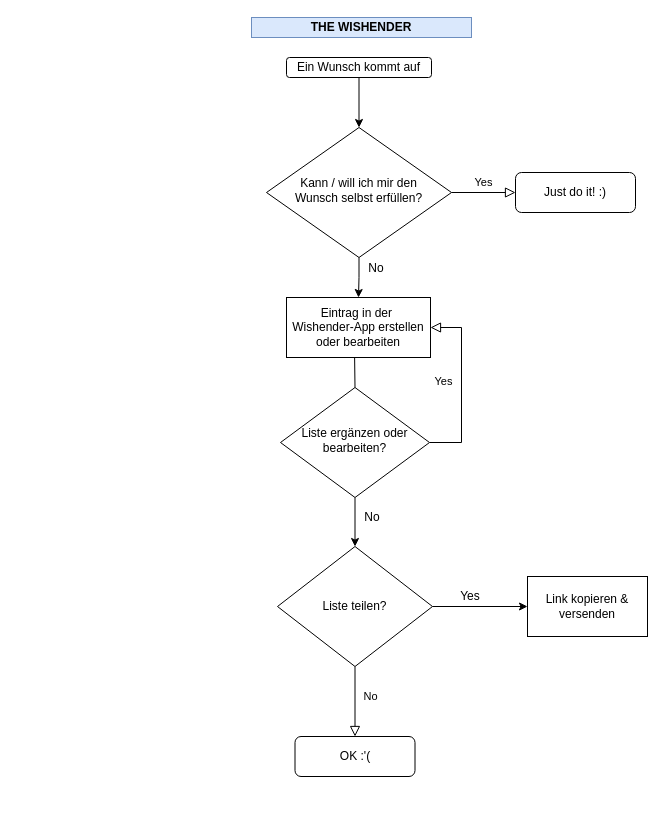
braale96/hs21_prog2 keeps this draw.io diagram as wishender.drawio. Above is the earlier version. Source tidied: cells renumbered, new cells numbered last; positions are measured from the earlier drawing's top-left corner, leaving out a move shared by most shapes. Both pictures are drawn from the tidied source at 100%, with x=0, y=0 at pixel (251, 17).
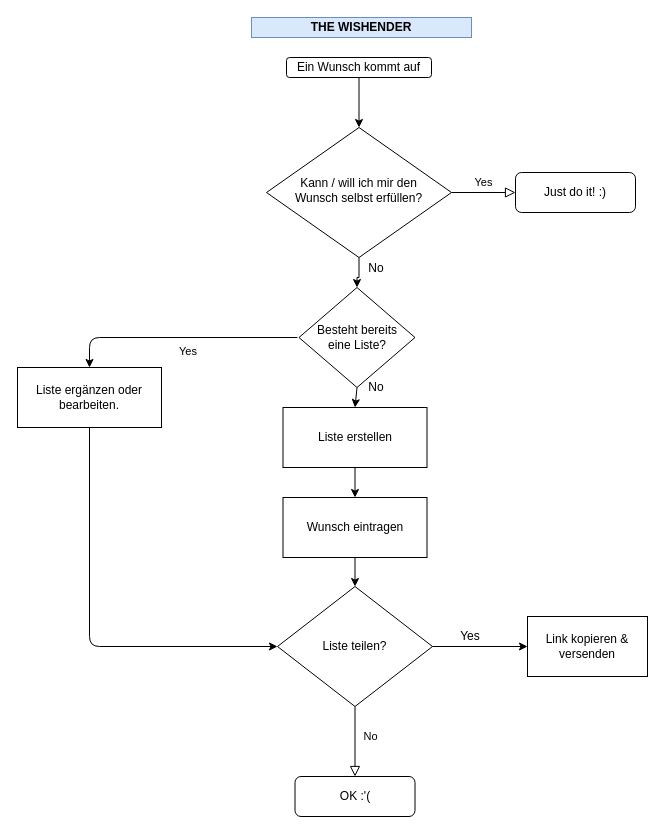
Above is the later version.

Unchanged cells that the change refers to:
```xml
<mxCell id="6" value="&lt;font style=&quot;font-size: 12px&quot;&gt;Kann / will ich mir den Wunsch&amp;nbsp;selbst erfüllen?&lt;/font&gt;" style="rhombus;whiteSpace=wrap;html=1;shadow=0;fontFamily=Helvetica;fontSize=12;align=center;strokeWidth=1;spacing=6;spacingTop=-4;" parent="1" vertex="1">
  <mxGeometry x="15" y="110" width="185" height="130" as="geometry" />
</mxCell>
```

Change to the diagram source:
```diff
@@
-    <mxCell id="5" style="edgeStyle=orthogonalEdgeStyle;rounded=0;jettySize=auto;html=1;entryX=0.5;entryY=0;entryDx=0;entryDy=0;" parent="1" edge="1" source="6" target="17">
+    <mxCell id="5" style="edgeStyle=orthogonalEdgeStyle;rounded=0;jettySize=auto;html=1;entryX=0.5;entryY=0;entryDx=0;entryDy=0;" parent="1" edge="1" source="6" target="30">
       <mxGeometry relative="1" as="geometry" />
     </mxCell>
@@
-    <mxCell id="9" value="Yes" style="edgeStyle=orthogonalEdgeStyle;rounded=0;html=1;jettySize=auto;fontSize=11;endArrow=block;endFill=0;endSize=8;strokeWidth=1;shadow=0;labelBackgroundColor=none;exitX=1;exitY=0.5;exitDx=0;exitDy=0;entryX=1;entryY=0.5;entryDx=0;entryDy=0;" parent="1" edge="1" source="11" target="17">
-      <mxGeometry x="0.04" y="18" relative="1" as="geometry">
-        <Array as="points">
-          <mxPoint x="210" y="425" />
-          <mxPoint x="210" y="310" />
-        </Array>
-      </mxGeometry>
-    </mxCell>
-    <mxCell id="10" style="edgeStyle=orthogonalEdgeStyle;rounded=0;jettySize=auto;html=1;" parent="1" edge="1" source="11" target="15">
-      <mxGeometry relative="1" as="geometry" />
-    </mxCell>
-    <mxCell id="11" value="Liste ergänzen oder bearbeiten?" style="rhombus;whiteSpace=wrap;html=1;shadow=0;fontFamily=Helvetica;fontSize=12;align=center;strokeWidth=1;spacing=6;spacingTop=-4;" parent="1" vertex="1">
-      <mxGeometry x="29" y="370" width="149" height="110" as="geometry" />
-    </mxCell>
     <mxCell id="12" value="OK :'(" style="rounded=1;whiteSpace=wrap;html=1;fontSize=12;glass=0;strokeWidth=1;shadow=0;" parent="1" vertex="1">
-      <mxGeometry x="43.5" y="719" width="120" height="40" as="geometry" />
+      <mxGeometry x="43.5" y="759" width="120" height="40" as="geometry" />
     </mxCell>
@@
     <mxCell id="15" value="Liste teilen?" style="rhombus;whiteSpace=wrap;html=1;strokeWidth=1;" parent="1" vertex="1">
-      <mxGeometry x="26" y="529" width="155" height="120" as="geometry" />
+      <mxGeometry x="26" y="569" width="155" height="120" as="geometry" />
     </mxCell>
     <mxCell id="16" value="Yes" style="text;html=1;strokeColor=none;fillColor=none;align=center;verticalAlign=middle;whiteSpace=wrap;rounded=0;" parent="1" vertex="1">
-      <mxGeometry x="198.5" y="569" width="40" height="20" as="geometry" />
+      <mxGeometry x="198.5" y="609" width="40" height="20" as="geometry" />
     </mxCell>
-    <mxCell id="17" value="Eintrag in der&amp;nbsp;&lt;br&gt;Wishender-App erstellen oder bearbeiten" style="rounded=0;whiteSpace=wrap;html=1;strokeWidth=1;" parent="1" vertex="1">
-      <mxGeometry x="35" y="280" width="144" height="60" as="geometry" />
-    </mxCell>
@@
+    <mxCell id="20" value="Link kopieren &amp;amp; versenden" style="rounded=0;whiteSpace=wrap;html=1;strokeWidth=1;" parent="1" vertex="1">
+      <mxGeometry x="276" y="599" width="120" height="60" as="geometry" />
+    </mxCell>
+    <mxCell id="22" style="endArrow=classic;html=1;entryX=0.5;entryY=0;entryDx=0;entryDy=0;" parent="1" edge="1" target="23">
+      <mxGeometry relative="1" as="geometry">
+        <mxPoint x="46" y="320" as="sourcePoint" />
+        <Array as="points">
+          <mxPoint x="-162" y="320" />
+        </Array>
+      </mxGeometry>
+    </mxCell>
+    <mxCell id="9" value="&lt;span style=&quot;color: rgb(0, 0, 0); font-family: helvetica; font-size: 11px; font-style: normal; font-weight: 400; letter-spacing: normal; text-align: center; text-indent: 0px; text-transform: none; word-spacing: 0px; background-color: rgb(248, 249, 250); display: inline; float: none;&quot;&gt;Yes&lt;/span&gt;" style="text;whiteSpace=wrap;html=1;rotation=0;" parent="1" vertex="1">
+      <mxGeometry x="-74" y="320" width="40" height="30" as="geometry" />
+    </mxCell>
+    <mxCell id="23" value="Liste ergänzen oder bearbeiten." style="rounded=0;whiteSpace=wrap;html=1;strokeWidth=1;" parent="1" vertex="1">
+      <mxGeometry x="-234" y="350" width="144" height="60" as="geometry" />
+    </mxCell>
+    <mxCell id="24" style="endArrow=classic;html=1;exitX=0.5;exitY=1;exitDx=0;exitDy=0;entryX=0;entryY=0.5;entryDx=0;entryDy=0;" parent="1" edge="1" source="23" target="15">
+      <mxGeometry relative="1" as="geometry">
+        <Array as="points">
+          <mxPoint x="-162" y="629" />
+        </Array>
+      </mxGeometry>
+    </mxCell>
+    <mxCell id="25" style="endArrow=classic;html=1;entryX=0.5;entryY=0;entryDx=0;entryDy=0;exitX=0.5;exitY=1;exitDx=0;exitDy=0;" parent="1" edge="1" source="30" target="26">
+      <mxGeometry relative="1" as="geometry" />
+    </mxCell>
+    <mxCell id="26" value="Liste erstellen" style="rounded=0;whiteSpace=wrap;html=1;strokeWidth=1;" parent="1" vertex="1">
+      <mxGeometry x="31.5" y="390" width="144" height="60" as="geometry" />
+    </mxCell>
+    <mxCell id="27" value="Wunsch eintragen" style="rounded=0;whiteSpace=wrap;html=1;strokeWidth=1;" parent="1" vertex="1">
+      <mxGeometry x="31.5" y="480" width="144" height="60" as="geometry" />
+    </mxCell>
+    <mxCell id="28" style="endArrow=classic;html=1;entryX=0.5;entryY=0;entryDx=0;entryDy=0;exitX=0.5;exitY=1;exitDx=0;exitDy=0;" parent="1" edge="1" source="27" target="15">
+      <mxGeometry relative="1" as="geometry" />
+    </mxCell>
+    <mxCell id="29" style="endArrow=classic;html=1;entryX=0.5;entryY=0;entryDx=0;entryDy=0;exitX=0.5;exitY=1;exitDx=0;exitDy=0;" parent="1" edge="1" source="26" target="27">
+      <mxGeometry relative="1" as="geometry" />
+    </mxCell>
+    <mxCell id="30" value="Besteht bereits &lt;br&gt;eine Liste?" style="rhombus;whiteSpace=wrap;html=1;strokeWidth=1;" parent="1" vertex="1">
+      <mxGeometry x="47.5" y="270" width="116" height="100" as="geometry" />
+    </mxCell>
     <mxCell id="19" value="No" style="text;html=1;strokeColor=none;fillColor=none;align=center;verticalAlign=middle;whiteSpace=wrap;rounded=0;" parent="1" vertex="1">
-      <mxGeometry x="101" y="490" width="40" height="20" as="geometry" />
+      <mxGeometry x="105" y="360" width="40" height="20" as="geometry" />
     </mxCell>
-    <mxCell id="20" value="Link kopieren &amp;amp; versenden" style="rounded=0;whiteSpace=wrap;html=1;strokeWidth=1;" parent="1" vertex="1">
-      <mxGeometry x="276" y="559" width="120" height="60" as="geometry" />
-    </mxCell>
-    <mxCell id="21" style="endArrow=none;html=1;exitX=0.5;exitY=0;exitDx=0;exitDy=0;entryX=0.473;entryY=1.002;entryDx=0;entryDy=0;entryPerimeter=0;" parent="1" edge="1" source="11" target="17">
-      <mxGeometry relative="1" as="geometry" />
-    </mxCell>
```
